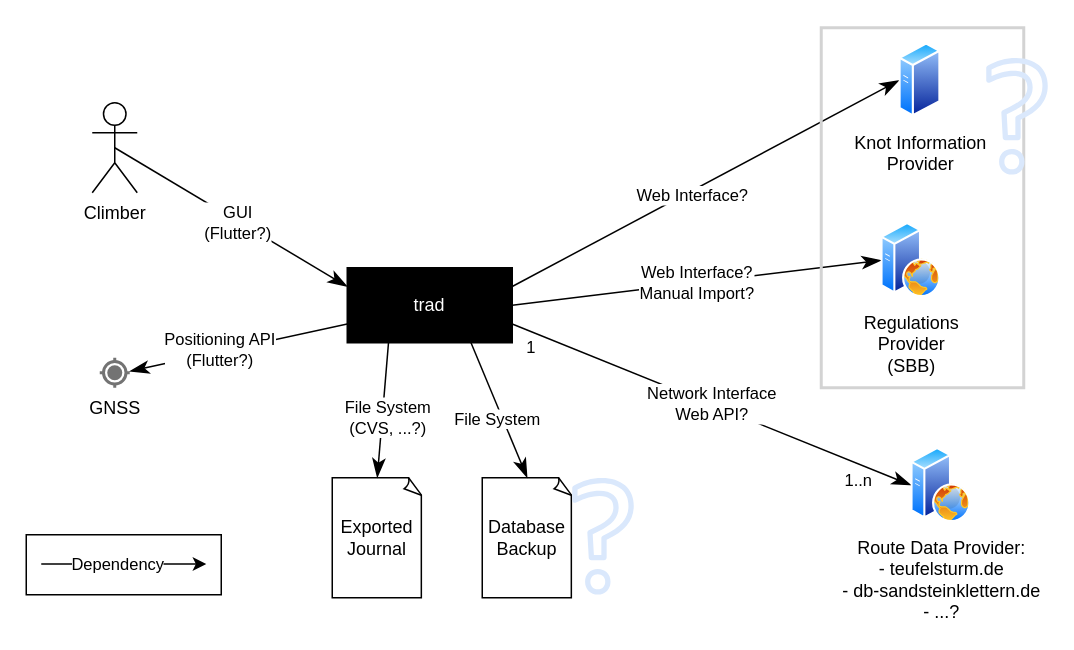
This is doc/contextview_technical.drawio from aardjon/trad, a draw.io file, before an edit. Source tidied: cells renumbered, new cells numbered last; positions are measured from the earlier drawing's top-left corner, leaving out a move shared by most shapes. Both pictures are drawn from the tidied source at 150%, with x=0, y=0 at pixel (26, 27).
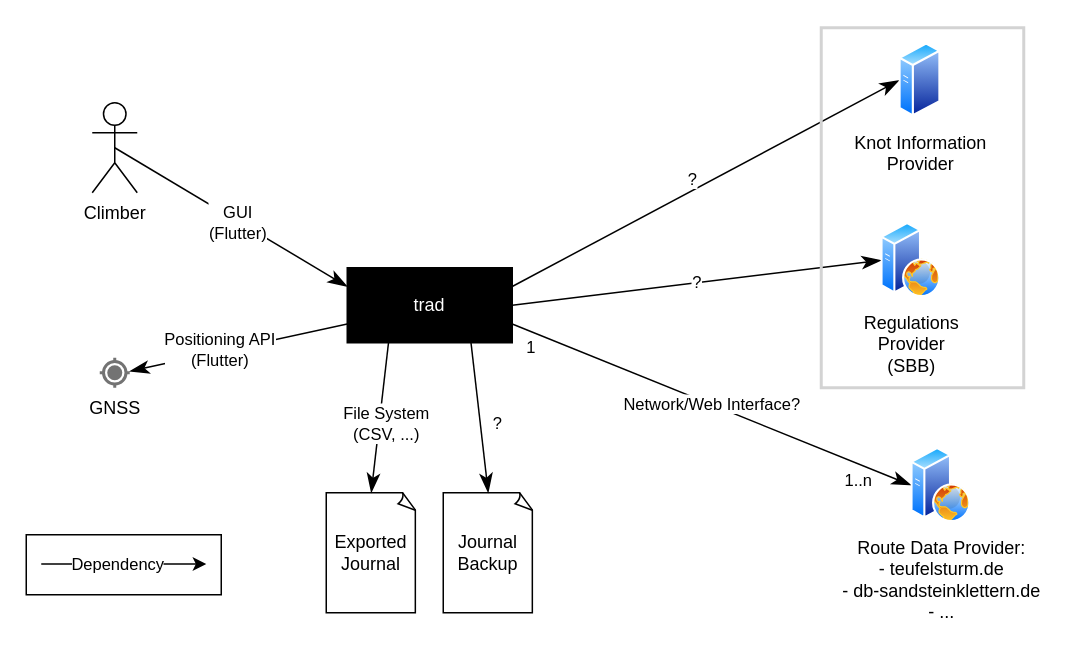
Above is the later version.

Commit message (it also covers changes not shown here):
📝 Update context diagrams

The change refers to these unchanged cells:
```xml
<mxCell id="2" value="&lt;div&gt;trad&lt;/div&gt;" style="html=1;whiteSpace=wrap;fillColor=#000000;fontColor=#FFFFFF;" parent="1" vertex="1">
  <mxGeometry x="214" y="160" width="110" height="50" as="geometry" />
</mxCell>
<mxCell id="4" style="endArrow=classicThin;endFill=1;endSize=10;html=1;rounded=0;entryX=0;entryY=0.25;entryDx=0;entryDy=0;exitX=0.5;exitY=0.5;exitDx=0;exitDy=0;exitPerimeter=0;startSize=10;startArrow=none;startFill=0;" parent="1" edge="1" source="3" target="2">
  <mxGeometry relative="1" as="geometry" />
</mxCell>
<mxCell id="10" style="endArrow=classicThin;endFill=1;endSize=10;html=1;rounded=0;entryX=0.5;entryY=0;entryDx=0;entryDy=0;entryPerimeter=0;exitX=0.25;exitY=1;exitDx=0;exitDy=0;startArrow=none;startFill=0;startSize=12;" parent="1" edge="1" source="2" target="6">
  <mxGeometry relative="1" as="geometry" />
</mxCell>
<mxCell id="15" value="GNSS" style="html=1;dashed=0;verticalLabelPosition=bottom;verticalAlign=top;align=center;shape=mxgraph.gmdl.gps;strokeColor=#737373;fillColor=#737373;shadow=0;strokeWidth=2;sketch=0;" parent="1" vertex="1">
  <mxGeometry x="49" y="220" width="20" height="20" as="geometry" />
</mxCell>
<mxCell id="20" style="endArrow=classicThin;html=1;rounded=0;exitX=1;exitY=0.25;exitDx=0;exitDy=0;entryX=0;entryY=0.5;entryDx=0;entryDy=0;startSize=10;endSize=10;endFill=1;" parent="1" edge="1" source="2" target="25">
  <mxGeometry relative="1" as="geometry" />
</mxCell>
<mxCell id="24" value="Regulations&lt;br&gt;Provider&lt;br&gt;(SBB)" style="image;perimeter=ellipsePerimeter;html=1;align=center;shadow=0;dashed=0;spacingTop=3;image=img/lib/active_directory/web_server.svg;" parent="22" vertex="1">
  <mxGeometry x="40" y="130" width="40" height="50" as="geometry" />
</mxCell>
```

Change to the diagram source:
```diff
@@
-    <mxCell id="5" value="GUI&lt;br&gt;(Flutter?)" style="edgeLabel;html=1;align=center;verticalAlign=middle;" parent="4" vertex="1">
+    <mxCell id="5" value="GUI&lt;br&gt;(Flutter)" style="edgeLabel;html=1;align=center;verticalAlign=middle;" parent="4" vertex="1">
       <mxGeometry x="-0.27" y="1" relative="1" as="geometry">
         <mxPoint x="24" y="17" as="offset" />
       </mxGeometry>
     </mxCell>
     <mxCell id="6" value="Exported Journal" style="whiteSpace=wrap;html=1;shape=mxgraph.basic.document;" parent="1" vertex="1">
-      <mxGeometry x="204" y="300" width="60" height="80" as="geometry" />
+      <mxGeometry x="200" y="310" width="60" height="80" as="geometry" />
     </mxCell>
-    <mxCell id="7" value="Network Interface&lt;br&gt;Web API?" style="endArrow=classicThin;html=1;endSize=10;startArrow=none;startSize=10;startFill=0;rounded=0;endFill=1;exitX=1;exitY=0.75;exitDx=0;exitDy=0;entryX=0;entryY=0.5;entryDx=0;entryDy=0;" parent="1" edge="1" source="2" target="18">
+    <mxCell id="7" value="Network/Web Interface?" style="endArrow=classicThin;html=1;endSize=10;startArrow=none;startSize=10;startFill=0;rounded=0;endFill=1;exitX=1;exitY=0.75;exitDx=0;exitDy=0;entryX=0;entryY=0.5;entryDx=0;entryDy=0;" parent="1" edge="1" source="2" target="18">
       <mxGeometry relative="1" as="geometry" />
     </mxCell>
@@
-    <mxCell id="11" value="File System&lt;br&gt;(CVS, ...?)" style="edgeLabel;html=1;align=center;verticalAlign=middle;" parent="10" vertex="1">
+    <mxCell id="11" value="File System&lt;br&gt;(CSV, ...)" style="edgeLabel;html=1;align=center;verticalAlign=middle;" parent="10" vertex="1">
       <mxGeometry x="-0.27" relative="1" as="geometry">
         <mxPoint x="2" y="17" as="offset" />
       </mxGeometry>
     </mxCell>
-    <mxCell id="12" value="Database Backup" style="whiteSpace=wrap;html=1;shape=mxgraph.basic.document;" parent="1" vertex="1">
-      <mxGeometry x="304" y="300" width="60" height="80" as="geometry" />
-    </mxCell>
-    <mxCell id="13" style="endArrow=classicThin;endFill=1;endSize=10;html=1;rounded=0;entryX=0.5;entryY=0;entryDx=0;entryDy=0;entryPerimeter=0;exitX=0.75;exitY=1;exitDx=0;exitDy=0;startArrow=none;startFill=0;startSize=12;" parent="1" edge="1" source="2" target="12">
-      <mxGeometry relative="1" as="geometry" />
-    </mxCell>
-    <mxCell id="14" value="File System" style="edgeLabel;html=1;align=center;verticalAlign=middle;" parent="13" vertex="1">
-      <mxGeometry x="-0.12" y="1" relative="1" as="geometry">
-        <mxPoint y="11" as="offset" />
-      </mxGeometry>
-    </mxCell>
@@
-    <mxCell id="16" style="endArrow=none;endFill=0;endSize=12;html=1;rounded=0;exitX=1;exitY=0.45;exitDx=0;exitDy=0;exitPerimeter=0;entryX=0;entryY=0.75;entryDx=0;entryDy=0;startArrow=classicThin;startFill=1;startSize=10;" parent="1" edge="1" source="15" target="2">
-      <mxGeometry relative="1" as="geometry" />
+    <mxCell id="16" style="endArrow=none;endFill=0;endSize=12;html=1;rounded=0;exitX=1;exitY=0.45;exitDx=0;exitDy=0;exitPerimeter=0;entryX=0;entryY=0.75;entryDx=0;entryDy=0;startArrow=classicThin;startFill=1;startSize=10;" parent="1" edge="1">
+      <mxGeometry relative="1" as="geometry">
+        <mxPoint x="69" y="229" as="sourcePoint" />
+        <mxPoint x="214" y="197.5" as="targetPoint" />
+      </mxGeometry>
     </mxCell>
-    <mxCell id="17" value="Positioning API&lt;br&gt;(Flutter?)" style="edgeLabel;html=1;align=center;verticalAlign=middle;" parent="16" vertex="1">
+    <mxCell id="17" value="Positioning API&lt;br&gt;(Flutter)" style="edgeLabel;html=1;align=center;verticalAlign=middle;" parent="16" vertex="1">
       <mxGeometry x="-0.18" y="2" relative="1" as="geometry" />
     </mxCell>
-    <mxCell id="18" value="Route Data Provider:&lt;br&gt;- teufelsturm.de&lt;br&gt;- db-sandsteinklettern.de&lt;br&gt;- ...?" style="image;perimeter=ellipsePerimeter;html=1;align=center;shadow=0;dashed=0;spacingTop=3;image=img/lib/active_directory/web_server.svg;" parent="1" vertex="1">
+    <mxCell id="18" value="Route Data Provider:&lt;br&gt;- teufelsturm.de&lt;br&gt;- db-sandsteinklettern.de&lt;br&gt;- ..." style="image;perimeter=ellipsePerimeter;html=1;align=center;shadow=0;dashed=0;spacingTop=3;image=img/lib/active_directory/web_server.svg;" parent="1" vertex="1">
       <mxGeometry x="590" y="280" width="40" height="50" as="geometry" />
     </mxCell>
-    <mxCell id="19" value="Web Interface?&lt;br&gt;Manual Import?" style="endArrow=classicThin;html=1;endSize=10;startArrow=none;startSize=10;startFill=0;rounded=0;endFill=1;exitX=1;exitY=0.5;exitDx=0;exitDy=0;entryX=0;entryY=0.5;entryDx=0;entryDy=0;" parent="1" edge="1" source="2" target="24">
+    <mxCell id="19" value="?" style="endArrow=classicThin;html=1;endSize=10;startArrow=none;startSize=10;startFill=0;rounded=0;endFill=1;exitX=1;exitY=0.5;exitDx=0;exitDy=0;entryX=0;entryY=0.5;entryDx=0;entryDy=0;" parent="1" edge="1" source="2" target="24">
       <mxGeometry relative="1" as="geometry" />
     </mxCell>
@@
-    <mxCell id="21" value="Web Interface?" style="edgeLabel;html=1;align=center;verticalAlign=middle;" parent="20" vertex="1">
-      <mxGeometry x="-0.08" y="-2" relative="1" as="geometry" />
+    <mxCell id="21" value="?" style="edgeLabel;html=1;align=center;verticalAlign=middle;" parent="20" vertex="1">
+      <mxGeometry x="-0.08" y="-2" relative="1" as="geometry">
+        <mxPoint y="-11" as="offset" />
+      </mxGeometry>
     </mxCell>
@@
-    <mxCell id="26" style="sketch=0;fillColor=#dae8fc;strokeColor=#6c8ebf;dashed=0;verticalLabelPosition=bottom;verticalAlign=top;align=center;html=1;fontSize=12;fontStyle=0;shape=mxgraph.aws4.question;" parent="1" vertex="1">
-      <mxGeometry x="364" y="300" width="41" height="78" as="geometry" />
-    </mxCell>
-    <mxCell id="27" style="sketch=0;fillColor=#dae8fc;strokeColor=#6c8ebf;dashed=0;verticalLabelPosition=bottom;verticalAlign=top;align=center;html=1;fontSize=12;fontStyle=0;shape=mxgraph.aws4.question;" parent="1" vertex="1">
-      <mxGeometry x="640" y="20" width="41" height="78" as="geometry" />
-    </mxCell>
@@
+    <mxCell id="31" value="Journal Backup" style="whiteSpace=wrap;html=1;shape=mxgraph.basic.document;" parent="1" vertex="1">
+      <mxGeometry x="278" y="310" width="60" height="80" as="geometry" />
+    </mxCell>
+    <mxCell id="32" style="endArrow=classicThin;endFill=1;endSize=10;html=1;rounded=0;entryX=0.5;entryY=0;entryDx=0;entryDy=0;entryPerimeter=0;exitX=0.75;exitY=1;exitDx=0;exitDy=0;startArrow=none;startFill=0;startSize=12;" parent="1" edge="1" source="2" target="31">
+      <mxGeometry relative="1" as="geometry" />
+    </mxCell>
+    <mxCell id="33" value="?" style="edgeLabel;html=1;align=center;verticalAlign=middle;" parent="32" vertex="1">
+      <mxGeometry x="-0.27" relative="1" as="geometry">
+        <mxPoint x="13" y="17" as="offset" />
+      </mxGeometry>
+    </mxCell>
```
